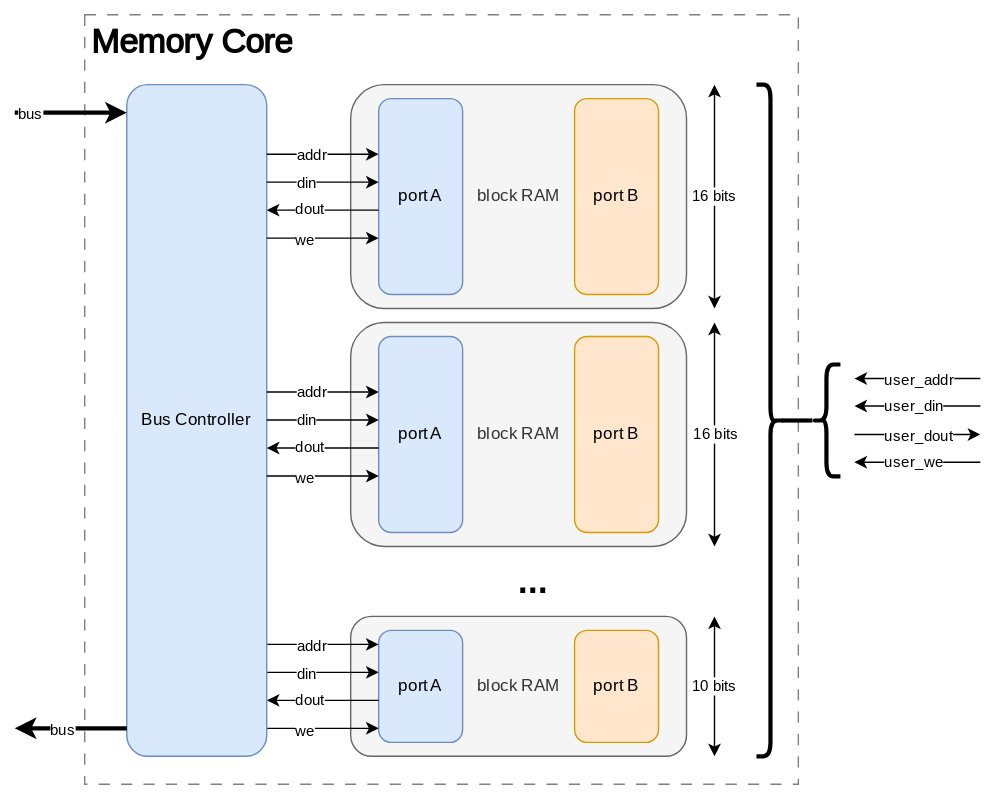
fischermoseley/manta keeps this draw.io diagram as doc/assets/memory_architecture.drawio.svg. Above is the earlier version. Source tidied: cells renumbered, new cells last; positions are measured from the earlier drawing's top-left corner, leaving out a move shared by most shapes.
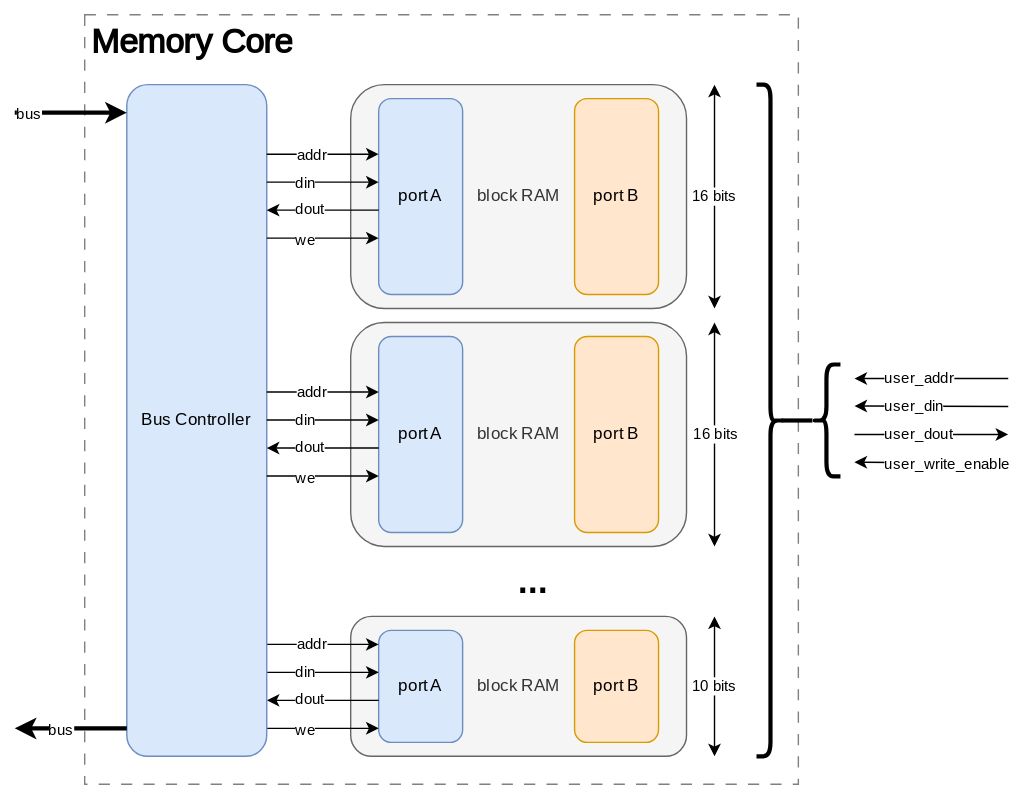
After the change.

What changed in the source:
```diff
@@ -3,7 +3,7 @@
     <mxCell id="0" />
     <mxCell id="1" parent="0" />
     <mxCell id="2" style="rounded=0;whiteSpace=wrap;html=1;fontFamily=Roboto;fontSource=https%3A%2F%2Ffonts.googleapis.com%2Fcss%3Ffamily%3DRoboto;strokeColor=none;" parent="1" vertex="1">
-      <mxGeometry width="710" height="570" as="geometry" />
+      <mxGeometry width="730" height="570" as="geometry" />
     </mxCell>
     <mxCell id="3" style="rounded=0;whiteSpace=wrap;html=1;shadow=0;dashed=1;dashPattern=8 8;strokeColor=#808080;perimeterSpacing=0;gradientColor=none;fontFamily=Roboto;fontSource=https%3A%2F%2Ffonts.googleapis.com%2Fcss%3Ffamily%3DRoboto;" parent="1" vertex="1">
       <mxGeometry x="60" y="10" width="510" height="550" as="geometry" />
@@ -84,46 +84,53 @@
     </mxCell>
     <mxCell id="22" style="edgeStyle=orthogonalEdgeStyle;rounded=0;orthogonalLoop=1;jettySize=auto;html=1;endArrow=classic;endFill=1;startArrow=none;startFill=0;fontFamily=Roboto;fontSource=https%3A%2F%2Ffonts.googleapis.com%2Fcss%3Ffamily%3DRoboto;" parent="1" edge="1">
       <mxGeometry relative="1" as="geometry">
-        <mxPoint x="700.1" y="270" as="sourcePoint" />
+        <mxPoint x="720" y="270" as="sourcePoint" />
         <mxPoint x="610.1" y="270" as="targetPoint" />
       </mxGeometry>
     </mxCell>
     <mxCell id="23" value="&amp;nbsp;user_addr&amp;nbsp;" style="edgeLabel;html=1;align=left;verticalAlign=middle;fontFamily=Roboto;fontSource=https%3A%2F%2Ffonts.googleapis.com%2Fcss%3Ffamily%3DRoboto;" parent="22" vertex="1">
       <mxGeometry x="-0.21" relative="1" as="geometry">
-        <mxPoint x="-35" as="offset" />
+        <mxPoint x="-47" as="offset" />
       </mxGeometry>
     </mxCell>
     <mxCell id="24" style="edgeStyle=orthogonalEdgeStyle;rounded=0;orthogonalLoop=1;jettySize=auto;html=1;endArrow=classic;endFill=1;startArrow=none;startFill=0;fontFamily=Roboto;fontSource=https%3A%2F%2Ffonts.googleapis.com%2Fcss%3Ffamily%3DRoboto;" parent="1" edge="1">
       <mxGeometry relative="1" as="geometry">
-        <mxPoint x="700.1" y="289.7" as="sourcePoint" />
+        <mxPoint x="720" y="290" as="sourcePoint" />
         <mxPoint x="610.1" y="289.7" as="targetPoint" />
+        <Array as="points">
+          <mxPoint x="610" y="290" />
+        </Array>
       </mxGeometry>
     </mxCell>
     <mxCell id="25" value="&amp;nbsp;user_din&amp;nbsp;" style="edgeLabel;html=1;align=left;verticalAlign=middle;fontFamily=Roboto;fontSource=https%3A%2F%2Ffonts.googleapis.com%2Fcss%3Ffamily%3DRoboto;" parent="24" vertex="1">
       <mxGeometry x="-0.21" relative="1" as="geometry">
-        <mxPoint x="-35" as="offset" />
+        <mxPoint x="-47" as="offset" />
       </mxGeometry>
     </mxCell>
     <mxCell id="26" style="edgeStyle=orthogonalEdgeStyle;rounded=0;orthogonalLoop=1;jettySize=auto;html=1;endArrow=none;endFill=0;startArrow=classic;startFill=1;fontFamily=Roboto;fontSource=https%3A%2F%2Ffonts.googleapis.com%2Fcss%3Ffamily%3DRoboto;" parent="1" edge="1">
       <mxGeometry relative="1" as="geometry">
-        <mxPoint x="700.1" y="310" as="sourcePoint" />
+        <mxPoint x="720" y="310" as="sourcePoint" />
         <mxPoint x="610.1" y="310" as="targetPoint" />
       </mxGeometry>
     </mxCell>
     <mxCell id="27" value="&amp;nbsp;user_dout&amp;nbsp;" style="edgeLabel;html=1;align=left;verticalAlign=middle;fontFamily=Roboto;fontSource=https%3A%2F%2Ffonts.googleapis.com%2Fcss%3Ffamily%3DRoboto;" parent="26" vertex="1">
       <mxGeometry x="-0.21" relative="1" as="geometry">
-        <mxPoint x="-35" as="offset" />
+        <mxPoint x="-47" as="offset" />
       </mxGeometry>
     </mxCell>
     <mxCell id="28" style="edgeStyle=orthogonalEdgeStyle;rounded=0;orthogonalLoop=1;jettySize=auto;html=1;endArrow=classic;endFill=1;startArrow=none;startFill=0;fontFamily=Roboto;fontSource=https%3A%2F%2Ffonts.googleapis.com%2Fcss%3Ffamily%3DRoboto;" parent="1" edge="1">
       <mxGeometry relative="1" as="geometry">
-        <mxPoint x="700.1" y="329.8" as="sourcePoint" />
+        <mxPoint x="720" y="330" as="sourcePoint" />
         <mxPoint x="610.1" y="329.8" as="targetPoint" />
+        <Array as="points">
+          <mxPoint x="640" y="330" />
+          <mxPoint x="640" y="330" />
+        </Array>
       </mxGeometry>
     </mxCell>
-    <mxCell id="29" value="&amp;nbsp;user_we&amp;nbsp;" style="edgeLabel;html=1;align=left;verticalAlign=middle;fontFamily=Roboto;fontSource=https%3A%2F%2Ffonts.googleapis.com%2Fcss%3Ffamily%3DRoboto;" parent="28" vertex="1">
+    <mxCell id="29" value="&amp;nbsp;user_write_enable&amp;nbsp;" style="edgeLabel;html=1;align=left;verticalAlign=middle;fontFamily=Roboto;fontSource=https%3A%2F%2Ffonts.googleapis.com%2Fcss%3Ffamily%3DRoboto;" parent="28" vertex="1">
       <mxGeometry x="-0.21" relative="1" as="geometry">
-        <mxPoint x="-35" as="offset" />
+        <mxPoint x="-47" as="offset" />
       </mxGeometry>
     </mxCell>
     <mxCell id="30" style="edgeStyle=orthogonalEdgeStyle;rounded=0;orthogonalLoop=1;jettySize=auto;html=1;endArrow=none;endFill=0;startArrow=classic;startFill=1;fontFamily=Roboto;fontSource=https%3A%2F%2Ffonts.googleapis.com%2Fcss%3Ffamily%3DRoboto;" parent="1" edge="1">
```
